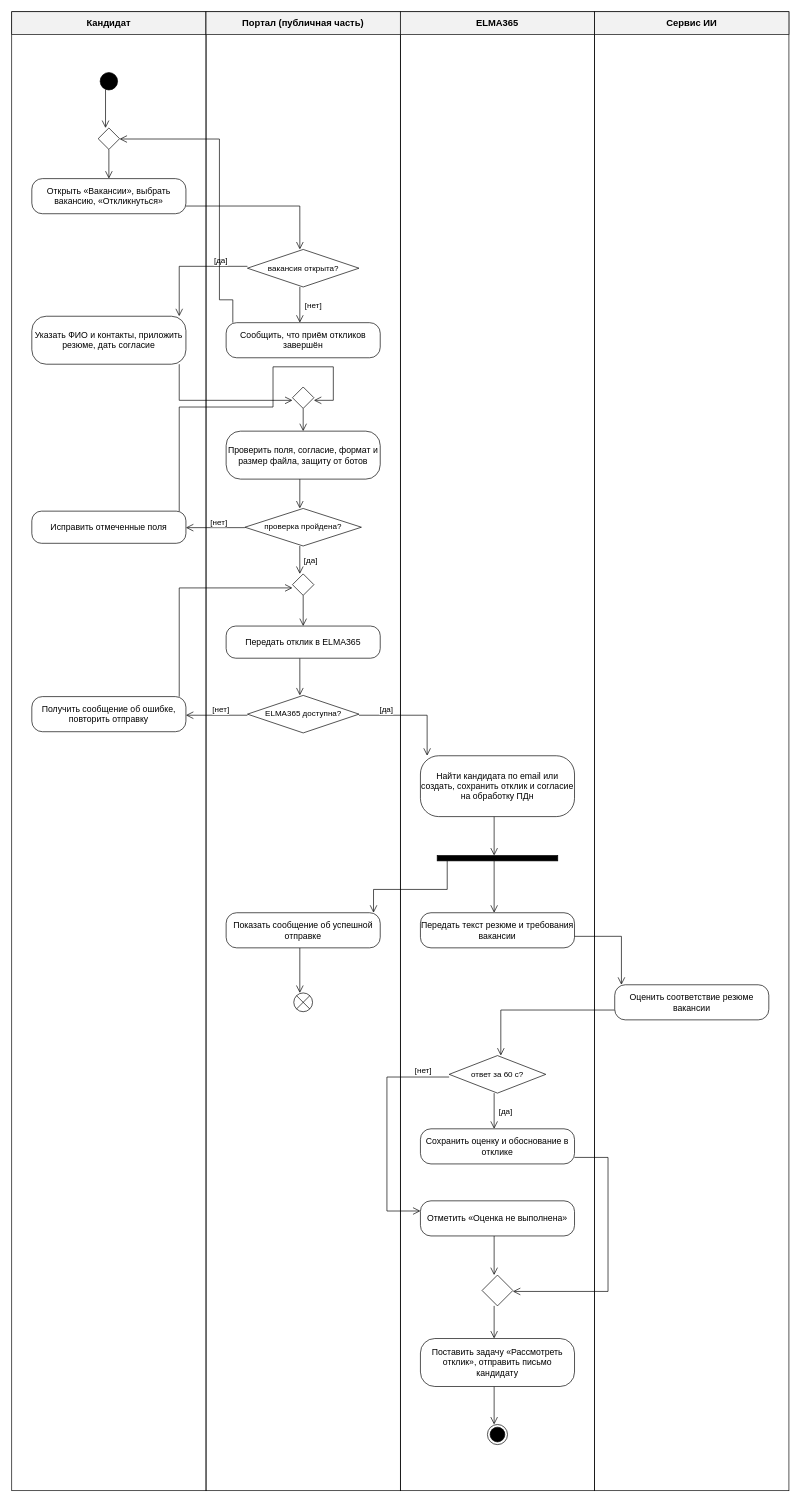
akkixx04/doc_management keeps this draw.io diagram as docs/диаграммы/drawio/4.4_Деятельность_UC-7_Отклик_кандидата_на_вакансию.drawio. Above is the earlier version. Source tidied: cells renumbered, new cells numbered last; positions are measured from the earlier drawing's top-left corner, leaving out a move shared by most shapes. Both pictures are drawn from the tidied source at 67%, with x=0, y=0 at pixel (11, 11).
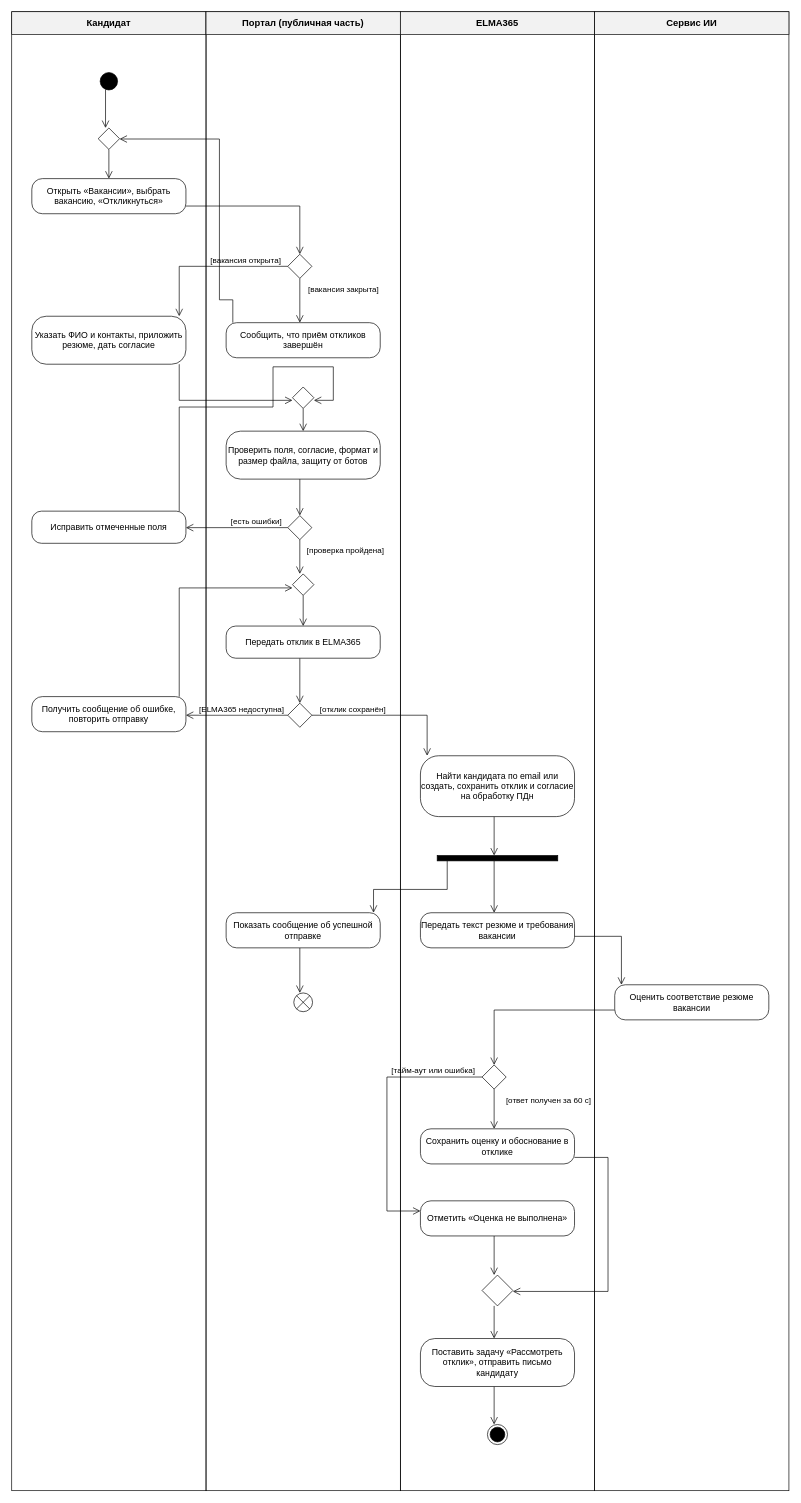
After the change.

The change refers to these unchanged cells:
```xml
<mxCell id="40" value="Открыть «Вакансии», выбрать вакансию, «Откликнуться»" style="rounded=1;arcSize=30;whiteSpace=wrap;html=1;fillColor=#ffffff;strokeColor=#000000;fontSize=13;fontFamily=Helvetica;fontColor=#000000;" parent="1" vertex="1">
  <mxGeometry x="30" y="249.1" width="230" height="52.4" as="geometry" />
</mxCell>
<mxCell id="42" value="Сообщить, что приём откликов завершён" style="rounded=1;arcSize=30;whiteSpace=wrap;html=1;fillColor=#ffffff;strokeColor=#000000;fontSize=13;fontFamily=Helvetica;fontColor=#000000;" parent="1" vertex="1">
  <mxGeometry x="320" y="464.1" width="230" height="52.4" as="geometry" />
</mxCell>
<mxCell id="43" value="Указать ФИО и контакты, приложить резюме, дать согласие" style="rounded=1;arcSize=30;whiteSpace=wrap;html=1;fillColor=#ffffff;strokeColor=#000000;fontSize=13;fontFamily=Helvetica;fontColor=#000000;" parent="1" vertex="1">
  <mxGeometry x="30" y="454.5" width="230" height="71.6" as="geometry" />
</mxCell>
<mxCell id="44" value="Проверить поля, согласие, формат и размер файла, защиту от ботов" style="rounded=1;arcSize=30;whiteSpace=wrap;html=1;fillColor=#ffffff;strokeColor=#000000;fontSize=13;fontFamily=Helvetica;fontColor=#000000;" parent="1" vertex="1">
  <mxGeometry x="320" y="626" width="230" height="71.6" as="geometry" />
</mxCell>
<mxCell id="46" value="Исправить отмеченные поля" style="rounded=1;arcSize=30;whiteSpace=wrap;html=1;fillColor=#ffffff;strokeColor=#000000;fontSize=13;fontFamily=Helvetica;fontColor=#000000;" parent="1" vertex="1">
  <mxGeometry x="30" y="745.4" width="230" height="48" as="geometry" />
</mxCell>
<mxCell id="47" value="Передать отклик в ELMA365" style="rounded=1;arcSize=30;whiteSpace=wrap;html=1;fillColor=#ffffff;strokeColor=#000000;fontSize=13;fontFamily=Helvetica;fontColor=#000000;" parent="1" vertex="1">
  <mxGeometry x="320" y="916.9" width="230" height="48" as="geometry" />
</mxCell>
<mxCell id="49" value="Получить сообщение об ошибке, повторить отправку" style="rounded=1;arcSize=30;whiteSpace=wrap;html=1;fillColor=#ffffff;strokeColor=#000000;fontSize=13;fontFamily=Helvetica;fontColor=#000000;" parent="1" vertex="1">
  <mxGeometry x="30" y="1022.2" width="230" height="52.4" as="geometry" />
</mxCell>
<mxCell id="50" value="Найти кандидата по email или создать, сохранить отклик и согласие на обработку ПДн" style="rounded=1;arcSize=30;whiteSpace=wrap;html=1;fillColor=#ffffff;strokeColor=#000000;fontSize=13;fontFamily=Helvetica;fontColor=#000000;" parent="1" vertex="1">
  <mxGeometry x="610" y="1110.5" width="230" height="90.8" as="geometry" />
</mxCell>
<mxCell id="55" value="Оценить соответствие резюме вакансии" style="rounded=1;arcSize=30;whiteSpace=wrap;html=1;fillColor=#ffffff;strokeColor=#000000;fontSize=13;fontFamily=Helvetica;fontColor=#000000;" parent="1" vertex="1">
  <mxGeometry x="900" y="1452.3" width="230" height="52.4" as="geometry" />
</mxCell>
<mxCell id="57" value="Сохранить оценку и обоснование в отклике" style="rounded=1;arcSize=30;whiteSpace=wrap;html=1;fillColor=#ffffff;strokeColor=#000000;fontSize=13;fontFamily=Helvetica;fontColor=#000000;" parent="1" vertex="1">
  <mxGeometry x="610" y="1667.3" width="230" height="52.4" as="geometry" />
</mxCell>
<mxCell id="58" value="Отметить «Оценка не выполнена»" style="rounded=1;arcSize=30;whiteSpace=wrap;html=1;fillColor=#ffffff;strokeColor=#000000;fontSize=13;fontFamily=Helvetica;fontColor=#000000;" parent="1" vertex="1">
  <mxGeometry x="610" y="1774.8" width="230" height="52.4" as="geometry" />
</mxCell>
<mxCell id="64" style="rhombus;html=1;fillColor=#ffffff;strokeColor=#000000;fontFamily=Helvetica;fontColor=#000000;fontSize=13;" parent="1" vertex="1">
  <mxGeometry x="419" y="839.1" width="32" height="32" as="geometry" />
</mxCell>
```

Diff of the diagram source:
```diff
@@
-    <mxCell id="7" style="edgeStyle=none;html=1;rounded=0;endArrow=block;endFill=1;endSize=7;strokeColor=#000000;strokeWidth=1;fontColor=#000000;fontFamily=Helvetica;endArrow=open;endFill=0;endSize=9;fontSize=12;labelBackgroundColor=#ffffff;exitX=0.4783;exitY=1.0000;exitDx=0;exitDy=0;exitPerimeter=0;entryX=0.4700;entryY=0.0000;entryDx=0;entryDy=0;entryPerimeter=0;" parent="1" edge="1" source="47" target="48">
+    <mxCell id="7" style="edgeStyle=none;html=1;rounded=0;endArrow=block;endFill=1;endSize=7;strokeColor=#000000;strokeWidth=1;fontColor=#000000;fontFamily=Helvetica;endArrow=open;endFill=0;endSize=9;fontSize=12;labelBackgroundColor=#ffffff;exitX=0.4783;exitY=1.0000;exitDx=0;exitDy=0;exitPerimeter=0;entryX=0.5;entryY=0.0000;entryDx=0;entryDy=0;entryPerimeter=0;" parent="1" edge="1" source="47" target="48">
       <mxGeometry relative="1" as="geometry" />
     </mxCell>
-    <mxCell id="8" style="edgeStyle=none;html=1;rounded=0;endArrow=block;endFill=1;endSize=7;strokeColor=#000000;strokeWidth=1;fontColor=#000000;fontFamily=Helvetica;endArrow=open;endFill=0;endSize=9;fontSize=12;labelBackgroundColor=#ffffff;exitX=0.4700;exitY=1.0000;exitDx=0;exitDy=0;exitPerimeter=0;entryX=0.4783;entryY=0.0000;entryDx=0;entryDy=0;entryPerimeter=0;" parent="1" edge="1" source="41" target="42">
+    <mxCell id="8" style="edgeStyle=none;html=1;rounded=0;endArrow=block;endFill=1;endSize=7;strokeColor=#000000;strokeWidth=1;fontColor=#000000;fontFamily=Helvetica;endArrow=open;endFill=0;endSize=9;fontSize=12;labelBackgroundColor=#ffffff;exitX=0.5;exitY=1.0000;exitDx=0;exitDy=0;exitPerimeter=0;entryX=0.4783;entryY=0.0000;entryDx=0;entryDy=0;entryPerimeter=0;" parent="1" edge="1" source="41" target="42">
       <mxGeometry relative="1" as="geometry" />
     </mxCell>
-    <mxCell id="9" style="edgeStyle=none;html=1;rounded=0;endArrow=block;endFill=1;endSize=7;strokeColor=#000000;strokeWidth=1;fontColor=#000000;fontFamily=Helvetica;endArrow=open;endFill=0;endSize=9;fontSize=12;labelBackgroundColor=#ffffff;exitX=0.4783;exitY=1.0000;exitDx=0;exitDy=0;exitPerimeter=0;entryX=0.4713;entryY=0.0000;entryDx=0;entryDy=0;entryPerimeter=0;" parent="1" edge="1" source="44" target="45">
+    <mxCell id="9" style="edgeStyle=none;html=1;rounded=0;endArrow=block;endFill=1;endSize=7;strokeColor=#000000;strokeWidth=1;fontColor=#000000;fontFamily=Helvetica;endArrow=open;endFill=0;endSize=9;fontSize=12;labelBackgroundColor=#ffffff;exitX=0.4783;exitY=1.0000;exitDx=0;exitDy=0;exitPerimeter=0;entryX=0.5;entryY=0.0000;entryDx=0;entryDy=0;entryPerimeter=0;" parent="1" edge="1" source="44" target="45">
       <mxGeometry relative="1" as="geometry" />
     </mxCell>
-    <mxCell id="10" style="edgeStyle=none;html=1;rounded=0;endArrow=block;endFill=1;endSize=7;strokeColor=#000000;strokeWidth=1;fontColor=#000000;fontFamily=Helvetica;endArrow=open;endFill=0;endSize=9;fontSize=12;labelBackgroundColor=#ffffff;exitX=0.4653;exitY=1.0000;exitDx=0;exitDy=0;exitPerimeter=0;entryX=0.4783;entryY=0.0000;entryDx=0;entryDy=0;entryPerimeter=0;" parent="1" edge="1" source="56" target="57">
+    <mxCell id="10" style="edgeStyle=none;html=1;rounded=0;endArrow=block;endFill=1;endSize=7;strokeColor=#000000;strokeWidth=1;fontColor=#000000;fontFamily=Helvetica;endArrow=open;endFill=0;endSize=9;fontSize=12;labelBackgroundColor=#ffffff;exitX=0.5;exitY=1.0000;exitDx=0;exitDy=0;exitPerimeter=0;entryX=0.4783;entryY=0.0000;entryDx=0;entryDy=0;entryPerimeter=0;" parent="1" edge="1" source="56" target="57">
       <mxGeometry relative="1" as="geometry" />
     </mxCell>
-    <mxCell id="11" style="edgeStyle=none;html=1;rounded=0;endArrow=block;endFill=1;endSize=7;strokeColor=#000000;strokeWidth=1;fontColor=#000000;fontFamily=Helvetica;endArrow=open;endFill=0;endSize=9;fontSize=12;labelBackgroundColor=#ffffff;exitX=0.4713;exitY=1.0000;exitDx=0;exitDy=0;exitPerimeter=0;entryX=0.3438;entryY=0.0000;entryDx=0;entryDy=0;entryPerimeter=0;" parent="1" edge="1" source="45" target="64">
+    <mxCell id="11" style="edgeStyle=none;html=1;rounded=0;endArrow=block;endFill=1;endSize=7;strokeColor=#000000;strokeWidth=1;fontColor=#000000;fontFamily=Helvetica;endArrow=open;endFill=0;endSize=9;fontSize=12;labelBackgroundColor=#ffffff;exitX=0.5;exitY=1.0000;exitDx=0;exitDy=0;exitPerimeter=0;entryX=0.3438;entryY=0.0000;entryDx=0;entryDy=0;entryPerimeter=0;" parent="1" edge="1" source="45" target="64">
       <mxGeometry relative="1" as="geometry" />
     </mxCell>
@@
-    <mxCell id="17" style="edgeStyle=none;html=1;rounded=0;endArrow=block;endFill=1;endSize=7;strokeColor=#000000;strokeWidth=1;fontColor=#000000;fontFamily=Helvetica;endArrow=open;endFill=0;endSize=9;fontSize=12;labelBackgroundColor=#ffffff;exitX=0.0000;exitY=0.5714;exitDx=0;exitDy=0;exitPerimeter=0;entryX=0.0000;entryY=0.2893;entryDx=0;entryDy=0;entryPerimeter=0;" parent="1" edge="1" source="56" target="58">
+    <mxCell id="17" style="edgeStyle=none;html=1;rounded=0;endArrow=block;endFill=1;endSize=7;strokeColor=#000000;strokeWidth=1;fontColor=#000000;fontFamily=Helvetica;endArrow=open;endFill=0;endSize=9;fontSize=12;labelBackgroundColor=#ffffff;exitX=0.0000;exitY=0.5;exitDx=0;exitDy=0;exitPerimeter=0;entryX=0.0000;entryY=0.2893;entryDx=0;entryDy=0;entryPerimeter=0;" parent="1" edge="1" source="56" target="58">
       <mxGeometry relative="1" as="geometry">
         <Array as="points">
           <mxPoint x="560" y="1590" />
           <mxPoint x="560" y="1790" />
         </Array>
       </mxGeometry>
     </mxCell>
@@
-    <mxCell id="19" style="edgeStyle=none;html=1;rounded=0;endArrow=block;endFill=1;endSize=7;strokeColor=#000000;strokeWidth=1;fontColor=#000000;fontFamily=Helvetica;endArrow=open;endFill=0;endSize=9;fontSize=12;labelBackgroundColor=#ffffff;exitX=0.0000;exitY=0.5114;exitDx=0;exitDy=0;exitPerimeter=0;entryX=1.0000;entryY=0.5133;entryDx=0;entryDy=0;entryPerimeter=0;" parent="1" edge="1" source="45" target="46">
+    <mxCell id="19" style="edgeStyle=none;html=1;rounded=0;endArrow=block;endFill=1;endSize=7;strokeColor=#000000;strokeWidth=1;fontColor=#000000;fontFamily=Helvetica;endArrow=open;endFill=0;endSize=9;fontSize=12;labelBackgroundColor=#ffffff;exitX=0.0000;exitY=0.5;exitDx=0;exitDy=0;exitPerimeter=0;entryX=1.0000;entryY=0.5133;entryDx=0;entryDy=0;entryPerimeter=0;" parent="1" edge="1" source="45" target="46">
       <mxGeometry relative="1" as="geometry" />
     </mxCell>
-    <mxCell id="20" style="edgeStyle=none;html=1;rounded=0;endArrow=block;endFill=1;endSize=7;strokeColor=#000000;strokeWidth=1;fontColor=#000000;fontFamily=Helvetica;endArrow=open;endFill=0;endSize=9;fontSize=12;labelBackgroundColor=#ffffff;exitX=0.0000;exitY=0.5286;exitDx=0;exitDy=0;exitPerimeter=0;entryX=1.0000;entryY=0.5305;entryDx=0;entryDy=0;entryPerimeter=0;" parent="1" edge="1" source="48" target="49">
+    <mxCell id="20" style="edgeStyle=none;html=1;rounded=0;endArrow=block;endFill=1;endSize=7;strokeColor=#000000;strokeWidth=1;fontColor=#000000;fontFamily=Helvetica;endArrow=open;endFill=0;endSize=9;fontSize=12;labelBackgroundColor=#ffffff;exitX=0.0000;exitY=0.5;exitDx=0;exitDy=0;exitPerimeter=0;entryX=1.0000;entryY=0.5305;entryDx=0;entryDy=0;entryPerimeter=0;" parent="1" edge="1" source="48" target="49">
       <mxGeometry relative="1" as="geometry" />
     </mxCell>
-    <mxCell id="21" style="edgeStyle=none;html=1;rounded=0;endArrow=block;endFill=1;endSize=7;strokeColor=#000000;strokeWidth=1;fontColor=#000000;fontFamily=Helvetica;endArrow=open;endFill=0;endSize=9;fontSize=12;labelBackgroundColor=#ffffff;exitX=1.0000;exitY=0.5286;exitDx=0;exitDy=0;exitPerimeter=0;entryX=0.0435;entryY=0.0000;entryDx=0;entryDy=0;entryPerimeter=0;" parent="1" edge="1" source="48" target="50">
+    <mxCell id="21" style="edgeStyle=none;html=1;rounded=0;endArrow=block;endFill=1;endSize=7;strokeColor=#000000;strokeWidth=1;fontColor=#000000;fontFamily=Helvetica;endArrow=open;endFill=0;endSize=9;fontSize=12;labelBackgroundColor=#ffffff;exitX=1.0000;exitY=0.5;exitDx=0;exitDy=0;exitPerimeter=0;entryX=0.0435;entryY=0.0000;entryDx=0;entryDy=0;entryPerimeter=0;" parent="1" edge="1" source="48" target="50">
       <mxGeometry relative="1" as="geometry">
         <Array as="points">
           <mxPoint x="620" y="1050" />
         </Array>
       </mxGeometry>
     </mxCell>
-    <mxCell id="22" style="edgeStyle=none;html=1;rounded=0;endArrow=block;endFill=1;endSize=7;strokeColor=#000000;strokeWidth=1;fontColor=#000000;fontFamily=Helvetica;endArrow=open;endFill=0;endSize=9;fontSize=12;labelBackgroundColor=#ffffff;exitX=0.0000;exitY=0.7198;exitDx=0;exitDy=0;exitPerimeter=0;entryX=0.5347;entryY=0.0000;entryDx=0;entryDy=0;entryPerimeter=0;" parent="1" edge="1" source="55" target="56">
+    <mxCell id="22" style="edgeStyle=none;html=1;rounded=0;endArrow=block;endFill=1;endSize=7;strokeColor=#000000;strokeWidth=1;fontColor=#000000;fontFamily=Helvetica;endArrow=open;endFill=0;endSize=9;fontSize=12;labelBackgroundColor=#ffffff;exitX=0.0000;exitY=0.7198;exitDx=0;exitDy=0;exitPerimeter=0;entryX=0.5;entryY=0.0000;entryDx=0;entryDy=0;entryPerimeter=0;" parent="1" edge="1" source="55" target="56">
       <mxGeometry relative="1" as="geometry">
         <Array as="points">
-          <mxPoint x="730" y="1490" />
+          <mxPoint x="720" y="1490" />
         </Array>
       </mxGeometry>
     </mxCell>
@@
-    <mxCell id="25" style="edgeStyle=none;html=1;rounded=0;endArrow=block;endFill=1;endSize=7;strokeColor=#000000;strokeWidth=1;fontColor=#000000;fontFamily=Helvetica;endArrow=open;endFill=0;endSize=9;fontSize=12;labelBackgroundColor=#ffffff;exitX=0.0000;exitY=0.4500;exitDx=0;exitDy=0;exitPerimeter=0;entryX=0.9565;entryY=0.0000;entryDx=0;entryDy=0;entryPerimeter=0;" parent="1" edge="1" source="41" target="43">
+    <mxCell id="25" style="edgeStyle=none;html=1;rounded=0;endArrow=block;endFill=1;endSize=7;strokeColor=#000000;strokeWidth=1;fontColor=#000000;fontFamily=Helvetica;endArrow=open;endFill=0;endSize=9;fontSize=12;labelBackgroundColor=#ffffff;exitX=0.0000;exitY=0.5;exitDx=0;exitDy=0;exitPerimeter=0;entryX=0.9565;entryY=0.0000;entryDx=0;entryDy=0;entryPerimeter=0;" parent="1" edge="1" source="41" target="43">
       <mxGeometry relative="1" as="geometry">
         <Array as="points">
           <mxPoint x="250" y="380" />
         </Array>
       </mxGeometry>
     </mxCell>
-    <mxCell id="26" style="edgeStyle=none;html=1;rounded=0;endArrow=block;endFill=1;endSize=7;strokeColor=#000000;strokeWidth=1;fontColor=#000000;fontFamily=Helvetica;endArrow=open;endFill=0;endSize=9;fontSize=12;labelBackgroundColor=#ffffff;exitX=1.0000;exitY=0.7809;exitDx=0;exitDy=0;exitPerimeter=0;entryX=0.4700;entryY=0.0000;entryDx=0;entryDy=0;entryPerimeter=0;" parent="1" edge="1" source="40" target="41">
+    <mxCell id="26" style="edgeStyle=none;html=1;rounded=0;endArrow=block;endFill=1;endSize=7;strokeColor=#000000;strokeWidth=1;fontColor=#000000;fontFamily=Helvetica;endArrow=open;endFill=0;endSize=9;fontSize=12;labelBackgroundColor=#ffffff;exitX=1.0000;exitY=0.7809;exitDx=0;exitDy=0;exitPerimeter=0;entryX=0.5;entryY=0.0000;entryDx=0;entryDy=0;entryPerimeter=0;" parent="1" edge="1" source="40" target="41">
       <mxGeometry relative="1" as="geometry">
         <Array as="points">
           <mxPoint x="430" y="290" />
         </Array>
       </mxGeometry>
     </mxCell>
@@
-    <mxCell id="41" value="вакансия открыта?" style="rhombus;whiteSpace=wrap;html=1;fillColor=#ffffff;strokeColor=#000000;fontSize=12;fontFamily=Helvetica;fontColor=#000000;" parent="1" vertex="1">
-      <mxGeometry x="351.8" y="354.8" width="166.5" height="56" as="geometry" />
+    <mxCell id="41" style="rhombus;whiteSpace=wrap;html=1;fillColor=#ffffff;strokeColor=#000000;fontSize=12;fontFamily=Helvetica;fontColor=#000000;" parent="1" vertex="1">
+      <mxGeometry x="412" y="362" width="36" height="36" as="geometry" />
     </mxCell>
@@
-    <mxCell id="45" value="проверка пройдена?" style="rhombus;whiteSpace=wrap;html=1;fillColor=#ffffff;strokeColor=#000000;fontSize=12;fontFamily=Helvetica;fontColor=#000000;" parent="1" vertex="1">
-      <mxGeometry x="348" y="741.4" width="173.9" height="56" as="geometry" />
+    <mxCell id="45" style="rhombus;whiteSpace=wrap;html=1;fillColor=#ffffff;strokeColor=#000000;fontSize=12;fontFamily=Helvetica;fontColor=#000000;" parent="1" vertex="1">
+      <mxGeometry x="412" y="752" width="36" height="36" as="geometry" />
     </mxCell>
@@
-    <mxCell id="48" value="ELMA365 доступна?" style="rhombus;whiteSpace=wrap;html=1;fillColor=#ffffff;strokeColor=#000000;fontSize=12;fontFamily=Helvetica;fontColor=#000000;" parent="1" vertex="1">
-      <mxGeometry x="351.8" y="1020.4" width="166.5" height="56" as="geometry" />
+    <mxCell id="48" style="rhombus;whiteSpace=wrap;html=1;fillColor=#ffffff;strokeColor=#000000;fontSize=12;fontFamily=Helvetica;fontColor=#000000;" parent="1" vertex="1">
+      <mxGeometry x="412" y="1032" width="36" height="36" as="geometry" />
     </mxCell>
@@
-    <mxCell id="56" value="ответ за 60 с?" style="rhombus;whiteSpace=wrap;html=1;fillColor=#ffffff;strokeColor=#000000;fontSize=12;fontFamily=Helvetica;fontColor=#000000;" parent="1" vertex="1">
-      <mxGeometry x="652.9" y="1558" width="144.2" height="56" as="geometry" />
+    <mxCell id="56" style="rhombus;whiteSpace=wrap;html=1;fillColor=#ffffff;strokeColor=#000000;fontSize=12;fontFamily=Helvetica;fontColor=#000000;" parent="1" vertex="1">
+      <mxGeometry x="702" y="1572" width="36" height="36" as="geometry" />
     </mxCell>
@@
-    <mxCell id="65" value="[нет]" style="edgeLabel;html=1;align=center;verticalAlign=middle;fontSize=12;fontStyle=0;labelBackgroundColor=#ffffff;fontColor=#000000;fontFamily=Helvetica;" parent="8" vertex="1">
-      <mxGeometry relative="1" as="geometry">
-        <mxPoint x="19" as="offset" />
+    <mxCell id="65" value="[вакансия закрыта]" style="edgeLabel;html=1;align=center;verticalAlign=middle;fontSize=12;fontStyle=0;labelBackgroundColor=#ffffff;fontColor=#000000;fontFamily=Helvetica;" parent="8" vertex="1">
+      <mxGeometry x="-1" relative="1" as="geometry">
+        <mxPoint x="64.7" y="16" as="offset" />
       </mxGeometry>
     </mxCell>
-    <mxCell id="66" value="[да]" style="edgeLabel;html=1;align=center;verticalAlign=middle;fontSize=12;fontStyle=0;labelBackgroundColor=#ffffff;fontColor=#000000;fontFamily=Helvetica;" parent="10" vertex="1">
-      <mxGeometry relative="1" as="geometry">
-        <mxPoint x="16" as="offset" />
+    <mxCell id="66" value="[ответ получен за 60 с]" style="edgeLabel;html=1;align=center;verticalAlign=middle;fontSize=12;fontStyle=0;labelBackgroundColor=#ffffff;fontColor=#000000;fontFamily=Helvetica;" parent="10" vertex="1">
+      <mxGeometry x="-1" relative="1" as="geometry">
+        <mxPoint x="80.5" y="16" as="offset" />
       </mxGeometry>
     </mxCell>
-    <mxCell id="67" value="[да]" style="edgeLabel;html=1;align=center;verticalAlign=middle;fontSize=12;fontStyle=0;labelBackgroundColor=#ffffff;fontColor=#000000;fontFamily=Helvetica;" parent="11" vertex="1">
-      <mxGeometry relative="1" as="geometry">
-        <mxPoint x="16" as="offset" />
+    <mxCell id="67" value="[проверка пройдена]" style="edgeLabel;html=1;align=center;verticalAlign=middle;fontSize=12;fontStyle=0;labelBackgroundColor=#ffffff;fontColor=#000000;fontFamily=Helvetica;" parent="11" vertex="1">
+      <mxGeometry x="-1" relative="1" as="geometry">
+        <mxPoint x="67.8" y="16" as="offset" />
       </mxGeometry>
     </mxCell>
-    <mxCell id="68" value="[нет]" style="edgeLabel;html=1;align=center;verticalAlign=middle;fontSize=12;fontStyle=0;labelBackgroundColor=#ffffff;fontColor=#000000;fontFamily=Helvetica;" parent="17" vertex="1">
-      <mxGeometry x="-0.77" relative="1" as="geometry">
-        <mxPoint y="-9" as="offset" />
+    <mxCell id="68" value="[тайм-аут или ошибка]" style="edgeLabel;html=1;align=center;verticalAlign=middle;fontSize=12;fontStyle=0;labelBackgroundColor=#ffffff;fontColor=#000000;fontFamily=Helvetica;" parent="17" vertex="1">
+      <mxGeometry x="-1" relative="1" as="geometry">
+        <mxPoint x="-73.1" y="-10" as="offset" />
       </mxGeometry>
     </mxCell>
-    <mxCell id="69" value="[нет]" style="edgeLabel;html=1;align=center;verticalAlign=middle;fontSize=12;fontStyle=0;labelBackgroundColor=#ffffff;fontColor=#000000;fontFamily=Helvetica;" parent="19" vertex="1">
-      <mxGeometry x="-0.09" relative="1" as="geometry">
-        <mxPoint y="-9" as="offset" />
+    <mxCell id="69" value="[есть ошибки]" style="edgeLabel;html=1;align=center;verticalAlign=middle;fontSize=12;fontStyle=0;labelBackgroundColor=#ffffff;fontColor=#000000;fontFamily=Helvetica;" parent="19" vertex="1">
+      <mxGeometry x="-1" relative="1" as="geometry">
+        <mxPoint x="-47.9" y="-10" as="offset" />
       </mxGeometry>
     </mxCell>
-    <mxCell id="70" value="[нет]" style="edgeLabel;html=1;align=center;verticalAlign=middle;fontSize=12;fontStyle=0;labelBackgroundColor=#ffffff;fontColor=#000000;fontFamily=Helvetica;" parent="20" vertex="1">
-      <mxGeometry x="-0.13" relative="1" as="geometry">
-        <mxPoint y="-9" as="offset" />
+    <mxCell id="70" value="[ELMA365 недоступна]" style="edgeLabel;html=1;align=center;verticalAlign=middle;fontSize=12;fontStyle=0;labelBackgroundColor=#ffffff;fontColor=#000000;fontFamily=Helvetica;" parent="20" vertex="1">
+      <mxGeometry x="-1" relative="1" as="geometry">
+        <mxPoint x="-70" y="-10" as="offset" />
       </mxGeometry>
     </mxCell>
-    <mxCell id="71" value="[да]" style="edgeLabel;html=1;align=center;verticalAlign=middle;fontSize=12;fontStyle=0;labelBackgroundColor=#ffffff;fontColor=#000000;fontFamily=Helvetica;" parent="21" vertex="1">
-      <mxGeometry x="-0.51" relative="1" as="geometry">
-        <mxPoint y="-9" as="offset" />
+    <mxCell id="71" value="[отклик сохранён]" style="edgeLabel;html=1;align=center;verticalAlign=middle;fontSize=12;fontStyle=0;labelBackgroundColor=#ffffff;fontColor=#000000;fontFamily=Helvetica;" parent="21" vertex="1">
+      <mxGeometry x="-1" relative="1" as="geometry">
+        <mxPoint x="60.5" y="-10" as="offset" />
       </mxGeometry>
     </mxCell>
-    <mxCell id="72" value="[да]" style="edgeLabel;html=1;align=center;verticalAlign=middle;fontSize=12;fontStyle=0;labelBackgroundColor=#ffffff;fontColor=#000000;fontFamily=Helvetica;" parent="25" vertex="1">
-      <mxGeometry x="-0.55" relative="1" as="geometry">
-        <mxPoint y="-9" as="offset" />
+    <mxCell id="72" value="[вакансия открыта]" style="edgeLabel;html=1;align=center;verticalAlign=middle;fontSize=12;fontStyle=0;labelBackgroundColor=#ffffff;fontColor=#000000;fontFamily=Helvetica;" parent="25" vertex="1">
+      <mxGeometry x="-1" relative="1" as="geometry">
+        <mxPoint x="-63.7" y="-10" as="offset" />
       </mxGeometry>
     </mxCell>
```
